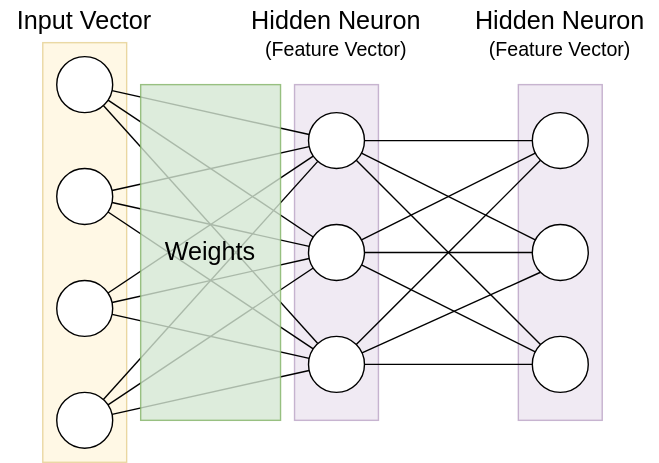
This is Layer Name Conventions.svg from yyhtbs-yye/course_images, a draw.io export, as it was before one commit. Source tidied: cells renumbered, new cells last; positions are measured from the earlier drawing's top-left corner, leaving out a move shared by most shapes.
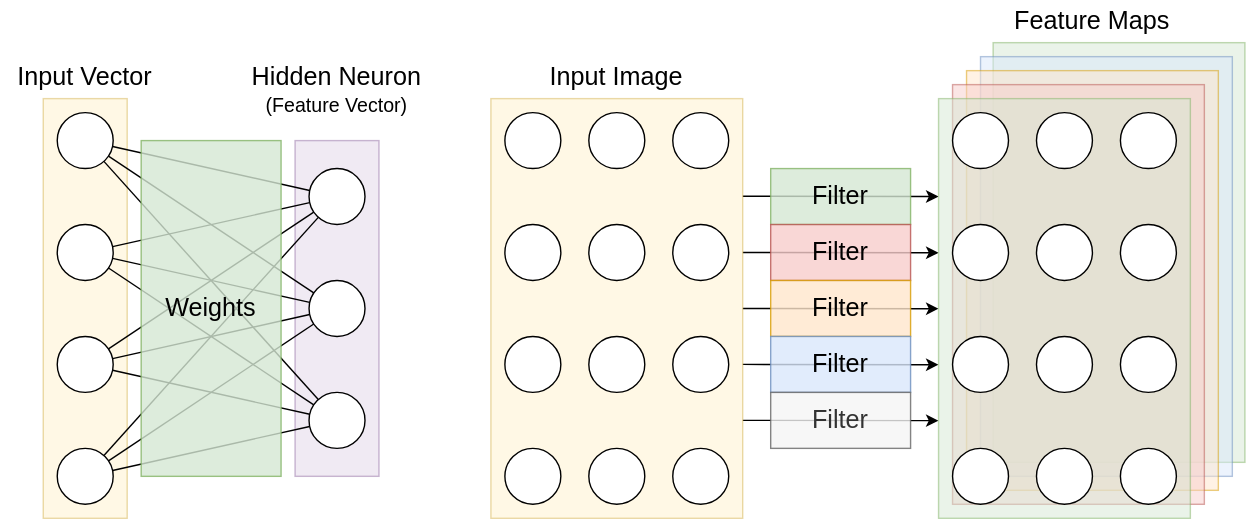
After the change.

The edit, as a diff of the source:
```diff
@@ -2,9 +2,51 @@
   <root>
     <mxCell id="0" />
     <mxCell id="1" parent="0" />
-    <mxCell id="2" style="rounded=0;whiteSpace=wrap;html=1;strokeColor=#9673a6;fontSize=18;fillColor=#e1d5e7;opacity=50;" parent="1" vertex="1">
-      <mxGeometry x="370" y="60" width="60" height="240" as="geometry" />
-    </mxCell>
+    <mxCell id="42" style="endArrow=classic;html=1;rounded=0;fontSize=14;fontColor=none;" parent="1" edge="1">
+      <mxGeometry relative="1" as="geometry">
+        <mxPoint x="530" y="140" as="sourcePoint" />
+        <mxPoint x="670" y="140.2" as="targetPoint" />
+      </mxGeometry>
+    </mxCell>
+    <mxCell id="43" style="endArrow=classic;html=1;rounded=0;fontSize=14;fontColor=none;" parent="1" edge="1">
+      <mxGeometry relative="1" as="geometry">
+        <mxPoint x="530" y="180" as="sourcePoint" />
+        <mxPoint x="670" y="180.2" as="targetPoint" />
+      </mxGeometry>
+    </mxCell>
+    <mxCell id="44" style="endArrow=classic;html=1;rounded=0;fontSize=14;fontColor=none;" parent="1" edge="1">
+      <mxGeometry relative="1" as="geometry">
+        <mxPoint x="530" y="220" as="sourcePoint" />
+        <mxPoint x="670" y="220.2" as="targetPoint" />
+      </mxGeometry>
+    </mxCell>
+    <mxCell id="45" style="endArrow=classic;html=1;rounded=0;fontSize=14;fontColor=none;" parent="1" edge="1">
+      <mxGeometry relative="1" as="geometry">
+        <mxPoint x="530" y="260" as="sourcePoint" />
+        <mxPoint x="670" y="260.2" as="targetPoint" />
+      </mxGeometry>
+    </mxCell>
+    <mxCell id="46" style="endArrow=classic;html=1;rounded=0;fontSize=14;fontColor=none;" parent="1" edge="1">
+      <mxGeometry relative="1" as="geometry">
+        <mxPoint x="530" y="99.8" as="sourcePoint" />
+        <mxPoint x="670" y="100" as="targetPoint" />
+      </mxGeometry>
+    </mxCell>
+    <mxCell id="47" style="rounded=0;whiteSpace=wrap;html=1;strokeColor=#82b366;fontSize=18;fillColor=#d5e8d4;opacity=50;" parent="1" vertex="1">
+      <mxGeometry x="709" y="-10" width="180" height="300" as="geometry" />
+    </mxCell>
+    <mxCell id="48" style="rounded=0;whiteSpace=wrap;html=1;strokeColor=#6c8ebf;fontSize=18;fillColor=#dae8fc;opacity=50;" parent="1" vertex="1">
+      <mxGeometry x="700" width="180" height="300" as="geometry" />
+    </mxCell>
+    <mxCell id="49" style="rounded=0;whiteSpace=wrap;html=1;strokeColor=#d79b00;fontSize=18;fillColor=#ffe6cc;opacity=50;" parent="1" vertex="1">
+      <mxGeometry x="690" y="10" width="180" height="300" as="geometry" />
+    </mxCell>
+    <mxCell id="50" style="rounded=0;whiteSpace=wrap;html=1;strokeColor=#b85450;fontSize=18;fillColor=#f8cecc;opacity=50;" parent="1" vertex="1">
+      <mxGeometry x="680" y="20" width="180" height="300" as="geometry" />
+    </mxCell>
+    <mxCell id="51" style="rounded=0;whiteSpace=wrap;html=1;strokeColor=#82b366;fontSize=18;fillColor=#d5e8d4;opacity=50;" parent="1" vertex="1">
+      <mxGeometry x="670" y="30" width="180" height="300" as="geometry" />
+    </mxCell>
     <mxCell id="3" style="rounded=0;whiteSpace=wrap;html=1;strokeColor=#d6b656;fontSize=18;fillColor=#fff2cc;opacity=50;" parent="1" vertex="1">
       <mxGeometry x="30" y="30" width="60" height="300" as="geometry" />
     </mxCell>
@@ -26,9 +68,6 @@
     <mxCell id="9" style="ellipse;whiteSpace=wrap;html=1;strokeColor=default;fontSize=30;fontColor=none;fillColor=default;" parent="1" vertex="1">
       <mxGeometry x="40" y="280" width="40" height="40" as="geometry" />
     </mxCell>
-    <mxCell id="10" style="edgeStyle=none;rounded=0;jettySize=auto;html=1;fontSize=14;fontColor=none;endArrow=none;endFill=0;" parent="1" edge="1" source="11" target="29">
-      <mxGeometry relative="1" as="geometry" />
-    </mxCell>
     <mxCell id="11" style="ellipse;whiteSpace=wrap;html=1;strokeColor=default;fontSize=30;fontColor=none;fillColor=default;" parent="1" vertex="1">
       <mxGeometry x="220" y="80" width="40" height="40" as="geometry" />
     </mxCell>
@@ -83,44 +122,101 @@
     <mxCell id="28" value="Hidden Neuron" style="text;html=1;strokeColor=none;fillColor=none;align=center;verticalAlign=middle;whiteSpace=wrap;rounded=0;fontSize=18;fontColor=none;" parent="1" vertex="1">
       <mxGeometry x="170" width="140" height="30" as="geometry" />
     </mxCell>
-    <mxCell id="29" style="ellipse;whiteSpace=wrap;html=1;strokeColor=default;fontSize=30;fontColor=none;fillColor=default;" parent="1" vertex="1">
-      <mxGeometry x="380" y="80" width="40" height="40" as="geometry" />
-    </mxCell>
-    <mxCell id="30" style="ellipse;whiteSpace=wrap;html=1;strokeColor=default;fontSize=30;fontColor=none;fillColor=default;" parent="1" vertex="1">
-      <mxGeometry x="380" y="160" width="40" height="40" as="geometry" />
-    </mxCell>
-    <mxCell id="31" style="ellipse;whiteSpace=wrap;html=1;strokeColor=default;fontSize=30;fontColor=none;fillColor=default;" parent="1" vertex="1">
-      <mxGeometry x="380" y="240" width="40" height="40" as="geometry" />
-    </mxCell>
-    <mxCell id="32" style="edgeStyle=none;rounded=0;jettySize=auto;html=1;fontSize=14;fontColor=none;endArrow=none;endFill=0;" parent="1" edge="1" source="11" target="30">
-      <mxGeometry relative="1" as="geometry" />
-    </mxCell>
-    <mxCell id="33" style="edgeStyle=none;rounded=0;jettySize=auto;html=1;fontSize=14;fontColor=none;endArrow=none;endFill=0;" parent="1" edge="1" source="11" target="31">
-      <mxGeometry relative="1" as="geometry" />
-    </mxCell>
-    <mxCell id="34" style="edgeStyle=none;rounded=0;jettySize=auto;html=1;fontSize=14;fontColor=none;endArrow=none;endFill=0;" parent="1" edge="1" source="12" target="31">
-      <mxGeometry relative="1" as="geometry" />
-    </mxCell>
-    <mxCell id="35" style="edgeStyle=none;rounded=0;jettySize=auto;html=1;fontSize=14;fontColor=none;endArrow=none;endFill=0;" parent="1" edge="1" source="13" target="31">
-      <mxGeometry relative="1" as="geometry" />
-    </mxCell>
-    <mxCell id="36" style="edgeStyle=none;rounded=0;jettySize=auto;html=1;fontSize=14;fontColor=none;endArrow=none;endFill=0;" parent="1" edge="1" source="13" target="30">
-      <mxGeometry relative="1" as="geometry" />
-    </mxCell>
-    <mxCell id="37" style="edgeStyle=none;rounded=0;jettySize=auto;html=1;fontSize=14;fontColor=none;endArrow=none;endFill=0;entryX=0;entryY=1;entryDx=0;entryDy=0;" parent="1" edge="1" source="13" target="29">
-      <mxGeometry relative="1" as="geometry" />
-    </mxCell>
-    <mxCell id="38" style="edgeStyle=none;rounded=0;jettySize=auto;html=1;fontSize=14;fontColor=none;endArrow=none;endFill=0;entryX=0;entryY=1;entryDx=0;entryDy=0;" parent="1" edge="1" source="12" target="29">
-      <mxGeometry relative="1" as="geometry" />
-    </mxCell>
-    <mxCell id="39" style="edgeStyle=none;rounded=0;jettySize=auto;html=1;fontSize=14;fontColor=none;endArrow=none;endFill=0;" parent="1" edge="1" source="12" target="30">
-      <mxGeometry relative="1" as="geometry" />
-    </mxCell>
-    <mxCell id="40" value="(Feature Vector)" style="text;html=1;strokeColor=none;fillColor=none;align=center;verticalAlign=middle;whiteSpace=wrap;rounded=0;fontSize=14;fontColor=none;" parent="1" vertex="1">
-      <mxGeometry x="330" y="20" width="140" height="30" as="geometry" />
-    </mxCell>
-    <mxCell id="41" value="Hidden Neuron" style="text;html=1;strokeColor=none;fillColor=none;align=center;verticalAlign=middle;whiteSpace=wrap;rounded=0;fontSize=18;fontColor=none;" parent="1" vertex="1">
-      <mxGeometry x="330" width="140" height="30" as="geometry" />
-    </mxCell>
+    <mxCell id="52" style="rounded=0;whiteSpace=wrap;html=1;strokeColor=#d6b656;fontSize=18;fillColor=#fff2cc;opacity=50;" parent="1" vertex="1">
+      <mxGeometry x="350" y="30" width="180" height="300" as="geometry" />
+    </mxCell>
+    <mxCell id="53" style="ellipse;whiteSpace=wrap;html=1;strokeColor=default;fontSize=30;fontColor=none;fillColor=default;" parent="1" vertex="1">
+      <mxGeometry x="480" y="40" width="40" height="40" as="geometry" />
+    </mxCell>
+    <mxCell id="54" style="ellipse;whiteSpace=wrap;html=1;strokeColor=default;fontSize=30;fontColor=none;fillColor=default;" parent="1" vertex="1">
+      <mxGeometry x="480" y="120" width="40" height="40" as="geometry" />
+    </mxCell>
+    <mxCell id="55" style="ellipse;whiteSpace=wrap;html=1;strokeColor=default;fontSize=30;fontColor=none;fillColor=default;" parent="1" vertex="1">
+      <mxGeometry x="480" y="200" width="40" height="40" as="geometry" />
+    </mxCell>
+    <mxCell id="56" style="ellipse;whiteSpace=wrap;html=1;strokeColor=default;fontSize=30;fontColor=none;fillColor=default;" parent="1" vertex="1">
+      <mxGeometry x="480" y="280" width="40" height="40" as="geometry" />
+    </mxCell>
+    <mxCell id="57" value="Filter" style="rounded=0;whiteSpace=wrap;html=1;strokeColor=#82b366;fontSize=18;fillColor=#d5e8d4;opacity=80;" parent="1" vertex="1">
+      <mxGeometry x="550" y="80" width="100" height="40" as="geometry" />
+    </mxCell>
+    <mxCell id="58" value="Input Image" style="text;html=1;strokeColor=none;fillColor=none;align=center;verticalAlign=middle;whiteSpace=wrap;rounded=0;fontSize=18;fontColor=none;" parent="1" vertex="1">
+      <mxGeometry x="350" width="180" height="30" as="geometry" />
+    </mxCell>
+    <mxCell id="59" value="Feature Maps" style="text;html=1;strokeColor=none;fillColor=none;align=center;verticalAlign=middle;whiteSpace=wrap;rounded=0;fontSize=18;fontColor=none;" parent="1" vertex="1">
+      <mxGeometry x="670" y="-40" width="220" height="30" as="geometry" />
+    </mxCell>
+    <mxCell id="60" style="ellipse;whiteSpace=wrap;html=1;strokeColor=default;fontSize=30;fontColor=none;fillColor=default;" parent="1" vertex="1">
+      <mxGeometry x="420" y="40" width="40" height="40" as="geometry" />
+    </mxCell>
+    <mxCell id="61" style="ellipse;whiteSpace=wrap;html=1;strokeColor=default;fontSize=30;fontColor=none;fillColor=default;" parent="1" vertex="1">
+      <mxGeometry x="420" y="120" width="40" height="40" as="geometry" />
+    </mxCell>
+    <mxCell id="62" style="ellipse;whiteSpace=wrap;html=1;strokeColor=default;fontSize=30;fontColor=none;fillColor=default;" parent="1" vertex="1">
+      <mxGeometry x="420" y="200" width="40" height="40" as="geometry" />
+    </mxCell>
+    <mxCell id="63" style="ellipse;whiteSpace=wrap;html=1;strokeColor=default;fontSize=30;fontColor=none;fillColor=default;" parent="1" vertex="1">
+      <mxGeometry x="420" y="280" width="40" height="40" as="geometry" />
+    </mxCell>
+    <mxCell id="64" style="ellipse;whiteSpace=wrap;html=1;strokeColor=default;fontSize=30;fontColor=none;fillColor=default;" parent="1" vertex="1">
+      <mxGeometry x="360" y="40" width="40" height="40" as="geometry" />
+    </mxCell>
+    <mxCell id="65" style="ellipse;whiteSpace=wrap;html=1;strokeColor=default;fontSize=30;fontColor=none;fillColor=default;" parent="1" vertex="1">
+      <mxGeometry x="360" y="120" width="40" height="40" as="geometry" />
+    </mxCell>
+    <mxCell id="66" style="ellipse;whiteSpace=wrap;html=1;strokeColor=default;fontSize=30;fontColor=none;fillColor=default;" parent="1" vertex="1">
+      <mxGeometry x="360" y="200" width="40" height="40" as="geometry" />
+    </mxCell>
+    <mxCell id="67" style="ellipse;whiteSpace=wrap;html=1;strokeColor=default;fontSize=30;fontColor=none;fillColor=default;" parent="1" vertex="1">
+      <mxGeometry x="360" y="280" width="40" height="40" as="geometry" />
+    </mxCell>
+    <mxCell id="68" style="ellipse;whiteSpace=wrap;html=1;strokeColor=default;fontSize=30;fontColor=none;fillColor=default;" parent="1" vertex="1">
+      <mxGeometry x="800" y="40" width="40" height="40" as="geometry" />
+    </mxCell>
+    <mxCell id="69" style="ellipse;whiteSpace=wrap;html=1;strokeColor=default;fontSize=30;fontColor=none;fillColor=default;" parent="1" vertex="1">
+      <mxGeometry x="800" y="120" width="40" height="40" as="geometry" />
+    </mxCell>
+    <mxCell id="70" style="ellipse;whiteSpace=wrap;html=1;strokeColor=default;fontSize=30;fontColor=none;fillColor=default;" parent="1" vertex="1">
+      <mxGeometry x="800" y="200" width="40" height="40" as="geometry" />
+    </mxCell>
+    <mxCell id="71" style="ellipse;whiteSpace=wrap;html=1;strokeColor=default;fontSize=30;fontColor=none;fillColor=default;" parent="1" vertex="1">
+      <mxGeometry x="800" y="280" width="40" height="40" as="geometry" />
+    </mxCell>
+    <mxCell id="72" style="ellipse;whiteSpace=wrap;html=1;strokeColor=default;fontSize=30;fontColor=none;fillColor=default;" parent="1" vertex="1">
+      <mxGeometry x="740" y="40" width="40" height="40" as="geometry" />
+    </mxCell>
+    <mxCell id="73" style="ellipse;whiteSpace=wrap;html=1;strokeColor=default;fontSize=30;fontColor=none;fillColor=default;" parent="1" vertex="1">
+      <mxGeometry x="740" y="120" width="40" height="40" as="geometry" />
+    </mxCell>
+    <mxCell id="74" style="ellipse;whiteSpace=wrap;html=1;strokeColor=default;fontSize=30;fontColor=none;fillColor=default;" parent="1" vertex="1">
+      <mxGeometry x="740" y="200" width="40" height="40" as="geometry" />
+    </mxCell>
+    <mxCell id="75" style="ellipse;whiteSpace=wrap;html=1;strokeColor=default;fontSize=30;fontColor=none;fillColor=default;" parent="1" vertex="1">
+      <mxGeometry x="740" y="280" width="40" height="40" as="geometry" />
+    </mxCell>
+    <mxCell id="76" style="ellipse;whiteSpace=wrap;html=1;strokeColor=default;fontSize=30;fontColor=none;fillColor=default;" parent="1" vertex="1">
+      <mxGeometry x="680" y="40" width="40" height="40" as="geometry" />
+    </mxCell>
+    <mxCell id="77" style="ellipse;whiteSpace=wrap;html=1;strokeColor=default;fontSize=30;fontColor=none;fillColor=default;" parent="1" vertex="1">
+      <mxGeometry x="680" y="120" width="40" height="40" as="geometry" />
+    </mxCell>
+    <mxCell id="78" style="ellipse;whiteSpace=wrap;html=1;strokeColor=default;fontSize=30;fontColor=none;fillColor=default;" parent="1" vertex="1">
+      <mxGeometry x="680" y="200" width="40" height="40" as="geometry" />
+    </mxCell>
+    <mxCell id="79" style="ellipse;whiteSpace=wrap;html=1;strokeColor=default;fontSize=30;fontColor=none;fillColor=default;" parent="1" vertex="1">
+      <mxGeometry x="680" y="280" width="40" height="40" as="geometry" />
+    </mxCell>
+    <mxCell id="80" value="Filter" style="rounded=0;whiteSpace=wrap;html=1;strokeColor=#b85450;fontSize=18;fillColor=#f8cecc;opacity=80;" parent="1" vertex="1">
+      <mxGeometry x="550" y="120" width="100" height="40" as="geometry" />
+    </mxCell>
+    <mxCell id="81" value="Filter" style="rounded=0;whiteSpace=wrap;html=1;strokeColor=#d79b00;fontSize=18;fillColor=#ffe6cc;opacity=80;" parent="1" vertex="1">
+      <mxGeometry x="550" y="160" width="100" height="40" as="geometry" />
+    </mxCell>
+    <mxCell id="82" value="Filter" style="rounded=0;whiteSpace=wrap;html=1;strokeColor=#6c8ebf;fontSize=18;fillColor=#dae8fc;opacity=80;" parent="1" vertex="1">
+      <mxGeometry x="550" y="200" width="100" height="40" as="geometry" />
+    </mxCell>
+    <mxCell id="83" value="Filter" style="rounded=0;whiteSpace=wrap;html=1;strokeColor=#666666;fontSize=18;fillColor=#f5f5f5;opacity=80;fontColor=#333333;" parent="1" vertex="1">
+      <mxGeometry x="550" y="240" width="100" height="40" as="geometry" />
+    </mxCell>
   </root>
 </mxGraphModel>
```
